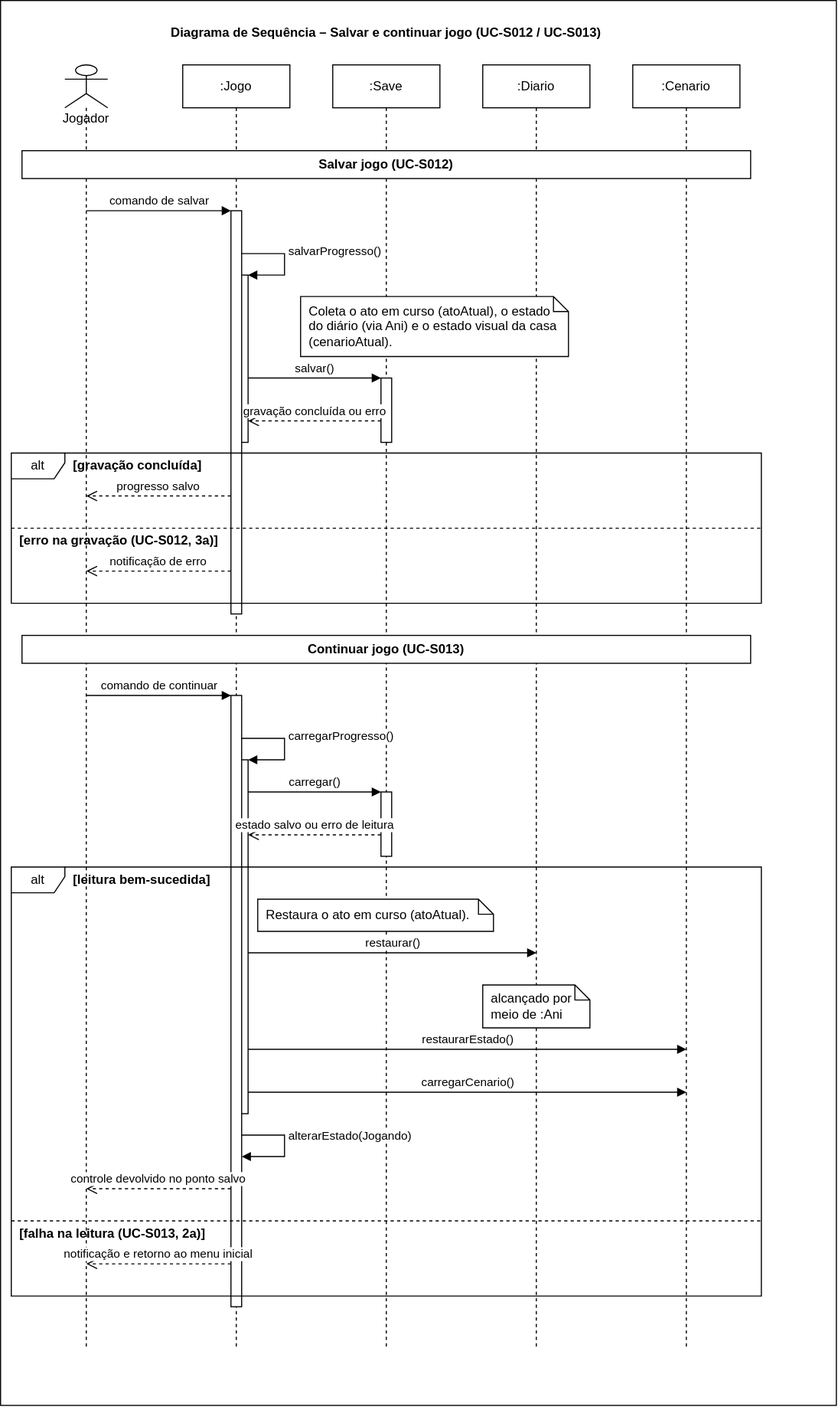
The draw.io diagram docs/diagramas/sequencia-salvar-continuar.drawio.svg in omatheusfaria/Ani, before a commit. Source tidied: cells renumbered, new cells last; positions are measured from the earlier drawing's top-left corner, leaving out a move shared by most shapes.
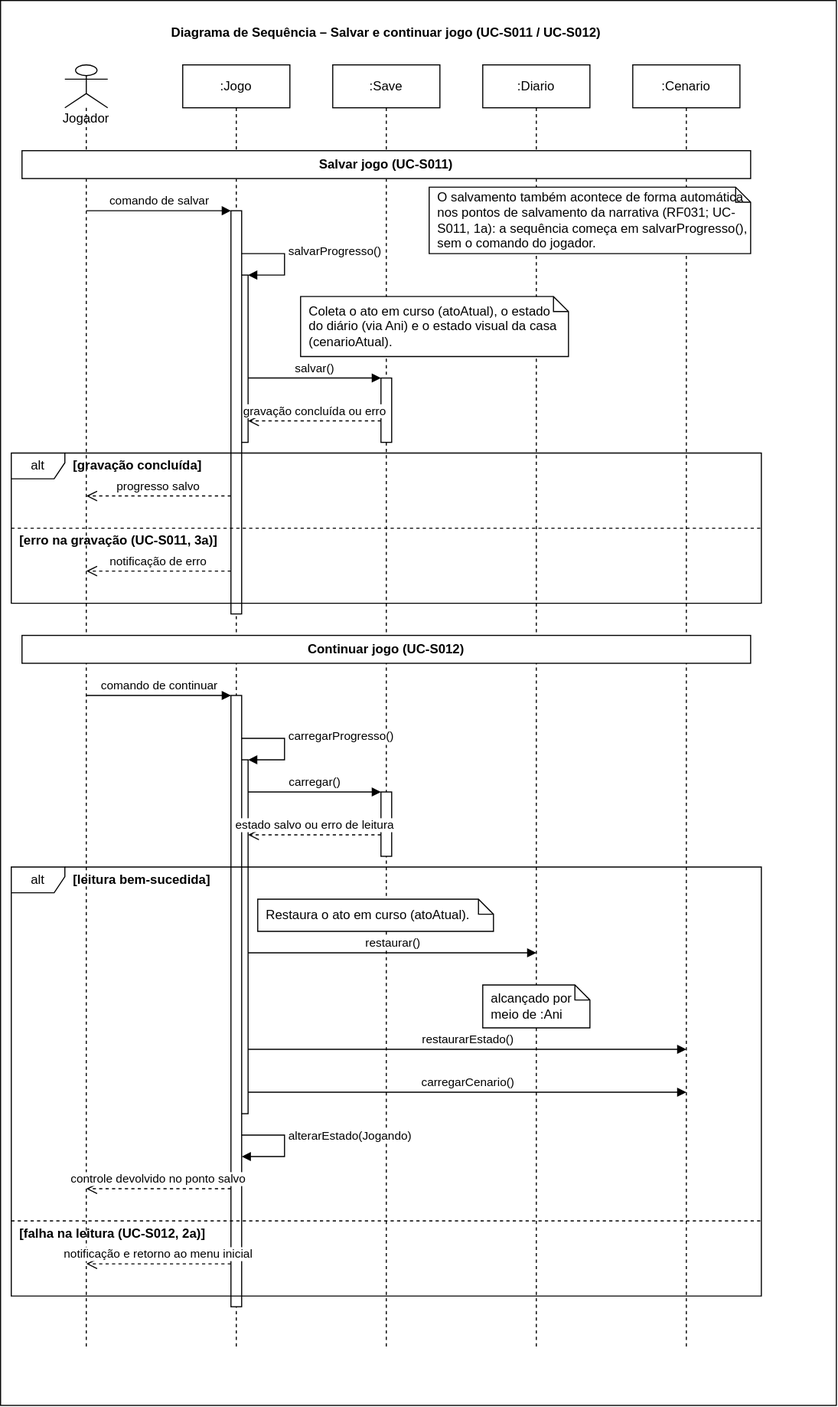
Later version of the same file.

Commit message:
Reexporta os .drawio.svg dos diagramas de estados e de sequência de salvar

Claude-Session: https://claude.ai/code/session_01FVML4jdfk5yMEohwao5EBA

Change to the diagram source:
```diff
@@ -5,7 +5,7 @@
     <mxCell id="2" style="rounded=0;whiteSpace=wrap;html=1;" parent="1" vertex="1">
       <mxGeometry width="780" height="1310" as="geometry" />
     </mxCell>
-    <mxCell id="3" value="Diagrama de Sequência – Salvar e continuar jogo (UC-S012 / UC-S013)" style="text;html=1;whiteSpace=wrap;strokeColor=none;fillColor=none;align=center;verticalAlign=middle;rounded=0;fontStyle=1;" parent="1" vertex="1">
+    <mxCell id="3" value="Diagrama de Sequência – Salvar e continuar jogo (UC-S011 / UC-S012)" style="text;html=1;whiteSpace=wrap;strokeColor=none;fillColor=none;align=center;verticalAlign=middle;rounded=0;fontStyle=1;" parent="1" vertex="1">
       <mxGeometry x="20" y="10" width="680" height="40" as="geometry" />
     </mxCell>
     <mxCell id="4" value="Jogador" style="shape=umlLifeline;participant=umlActor;perimeter=lifelinePerimeter;whiteSpace=wrap;html=1;verticalAlign=top;spacingTop=36;outlineConnect=0;portConstraint=eastwest;size=40;newEdgeStyle={&quot;curved&quot;:0,&quot;rounded&quot;:0};" parent="1" vertex="1">
@@ -41,7 +41,7 @@
     <mxCell id="14" value=":Cenario" style="shape=umlLifeline;perimeter=lifelinePerimeter;whiteSpace=wrap;html=1;outlineConnect=0;portConstraint=eastwest;newEdgeStyle={&quot;curved&quot;:0,&quot;rounded&quot;:0};" parent="1" vertex="1">
       <mxGeometry x="590" y="60" width="100" height="1198" as="geometry" />
     </mxCell>
-    <mxCell id="15" value="Salvar jogo (UC-S012)" style="text;html=1;whiteSpace=wrap;align=center;verticalAlign=middle;fontStyle=1;strokeColor=default;fillColor=default;rounded=0;" parent="1" vertex="1">
+    <mxCell id="15" value="Salvar jogo (UC-S011)" style="text;html=1;whiteSpace=wrap;align=center;verticalAlign=middle;fontStyle=1;strokeColor=default;fillColor=default;rounded=0;" parent="1" vertex="1">
       <mxGeometry x="20" y="140" width="680" height="26" as="geometry" />
     </mxCell>
     <mxCell id="16" value="comando de salvar" style="html=1;verticalAlign=bottom;endArrow=block;curved=0;rounded=0;exitX=0.5;exitY=0;exitDx=0;exitDy=136;exitPerimeter=0;entryX=0.5;entryY=0;entryDx=-5;entryDy=136;entryPerimeter=0;" parent="1" edge="1" source="4" target="5">
@@ -76,13 +76,13 @@
     <mxCell id="24" value="[gravação concluída]" style="text;html=1;strokeColor=none;fillColor=none;align=left;verticalAlign=middle;whiteSpace=wrap;fontStyle=1;" parent="1" vertex="1">
       <mxGeometry x="66" y="424" width="320" height="20" as="geometry" />
     </mxCell>
-    <mxCell id="25" value="[erro na gravação (UC-S012, 3a)]" style="text;html=1;strokeColor=none;fillColor=none;align=left;verticalAlign=middle;whiteSpace=wrap;fontStyle=1;" parent="1" vertex="1">
+    <mxCell id="25" value="[erro na gravação (UC-S011, 3a)]" style="text;html=1;strokeColor=none;fillColor=none;align=left;verticalAlign=middle;whiteSpace=wrap;fontStyle=1;" parent="1" vertex="1">
       <mxGeometry x="16" y="494" width="320" height="20" as="geometry" />
     </mxCell>
     <mxCell id="26" style="line;strokeWidth=1;fillColor=none;align=left;verticalAlign=middle;spacingTop=-1;spacingLeft=3;spacingRight=3;labelPosition=right;dashed=1;" parent="1" vertex="1">
       <mxGeometry x="10" y="488" width="700" height="8" as="geometry" />
     </mxCell>
-    <mxCell id="27" value="Continuar jogo (UC-S013)" style="text;html=1;whiteSpace=wrap;align=center;verticalAlign=middle;fontStyle=1;strokeColor=default;fillColor=default;rounded=0;" parent="1" vertex="1">
+    <mxCell id="27" value="Continuar jogo (UC-S012)" style="text;html=1;whiteSpace=wrap;align=center;verticalAlign=middle;fontStyle=1;strokeColor=default;fillColor=default;rounded=0;" parent="1" vertex="1">
       <mxGeometry x="20" y="592" width="680" height="26" as="geometry" />
     </mxCell>
     <mxCell id="28" value="comando de continuar" style="html=1;verticalAlign=bottom;endArrow=block;curved=0;rounded=0;exitX=0.5;exitY=0;exitDx=0;exitDy=588;exitPerimeter=0;entryX=0.5;entryY=0;entryDx=-5;entryDy=588;entryPerimeter=0;" parent="1" edge="1" source="4" target="5">
@@ -137,11 +137,14 @@
     <mxCell id="41" value="[leitura bem-sucedida]" style="text;html=1;strokeColor=none;fillColor=none;align=left;verticalAlign=middle;whiteSpace=wrap;fontStyle=1;" parent="1" vertex="1">
       <mxGeometry x="66" y="810" width="320" height="20" as="geometry" />
     </mxCell>
-    <mxCell id="42" value="[falha na leitura (UC-S013, 2a)]" style="text;html=1;strokeColor=none;fillColor=none;align=left;verticalAlign=middle;whiteSpace=wrap;fontStyle=1;" parent="1" vertex="1">
+    <mxCell id="42" value="[falha na leitura (UC-S012, 2a)]" style="text;html=1;strokeColor=none;fillColor=none;align=left;verticalAlign=middle;whiteSpace=wrap;fontStyle=1;" parent="1" vertex="1">
       <mxGeometry x="16" y="1140" width="320" height="20" as="geometry" />
     </mxCell>
     <mxCell id="43" style="line;strokeWidth=1;fillColor=none;align=left;verticalAlign=middle;spacingTop=-1;spacingLeft=3;spacingRight=3;labelPosition=right;dashed=1;" parent="1" vertex="1">
       <mxGeometry x="10" y="1134" width="700" height="8" as="geometry" />
     </mxCell>
+    <mxCell id="44" value="O salvamento também acontece de forma automática nos pontos de salvamento da narrativa (RF031; UC-S011, 1a): a sequência começa em salvarProgresso(), sem o comando do jogador." style="shape=note;whiteSpace=wrap;html=1;backgroundOutline=1;size=14;align=left;spacingLeft=6;" parent="1" vertex="1">
+      <mxGeometry x="400" y="174" width="300" height="62" as="geometry" />
+    </mxCell>
   </root>
 </mxGraphModel>
```
